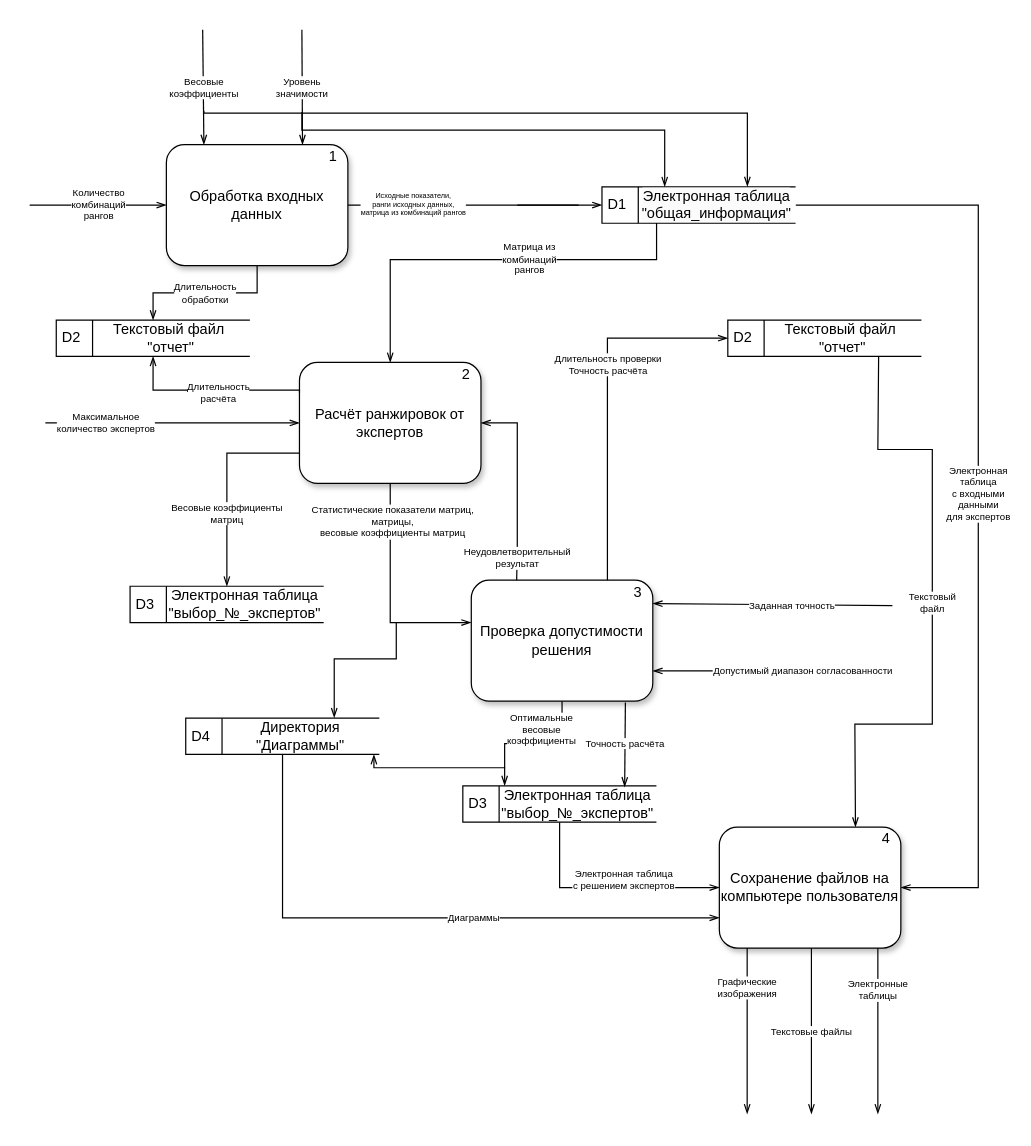
Before: page "Уровень 1" (3 of 4) of draw_io/ddf prog.drawio in Dimj1k/Works, a draw.io diagram. Source tidied: cells renumbered, new cells numbered last; positions are measured from the earlier drawing's top-left corner, leaving out a move shared by most shapes. Both pictures are drawn from the tidied source at 121%, with x=0, y=0 at pixel (29, 29).
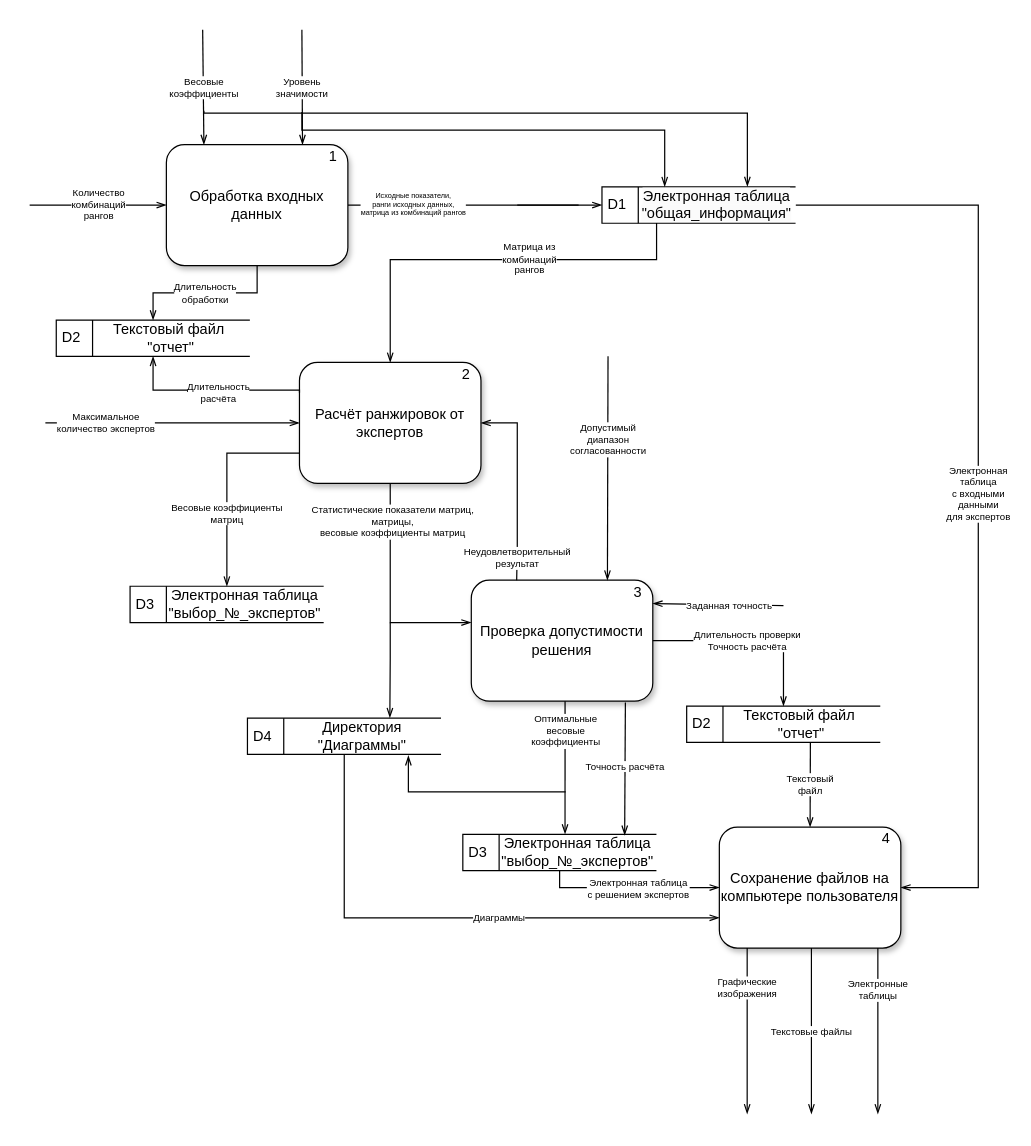
Above is the later version.

The change refers to these unchanged cells:
```xml
<mxCell id="20" value="Проверка допустимости решения" style="html=1;dashed=0;whiteSpace=wrap;border-radius=5px;rounded=1;shadow=1;perimeterSpacing=0;strokeWidth=1;fontSize=12;" parent="19" vertex="1">
  <mxGeometry y="5" width="150" height="100" as="geometry" />
</mxCell>
<mxCell id="39" value="Сохранение файлов на компьютере пользователя" style="html=1;dashed=0;whiteSpace=wrap;border-radius=5px;rounded=1;shadow=1;perimeterSpacing=0;strokeWidth=1;fontSize=12;" parent="38" vertex="1">
  <mxGeometry y="5" width="150" height="100" as="geometry" />
</mxCell>
```

Diff of the diagram source:
```diff
@@
-    <mxCell id="6" value="Текстовый&lt;br style=&quot;font-size: 8px;&quot;&gt;файл" style="rounded=0;jettySize=auto;html=1;endArrow=openThin;endFill=0;exitX=0.779;exitY=0.99;exitDx=0;exitDy=0;exitPerimeter=0;fontSize=8;entryX=0.75;entryY=0;entryDx=0;entryDy=0;" parent="1" edge="1" source="7" target="39">
-      <mxGeometry relative="1" as="geometry">
-        <Array as="points">
-          <mxPoint x="701" y="347" />
-          <mxPoint x="746" y="347" />
-          <mxPoint x="746" y="574" />
-          <mxPoint x="682" y="574" />
-        </Array>
-      </mxGeometry>
+    <mxCell id="6" value="Текстовый&lt;br style=&quot;font-size: 8px;&quot;&gt;файл" style="rounded=0;jettySize=auto;html=1;endArrow=openThin;endFill=0;exitX=0.639;exitY=1.016;exitDx=0;exitDy=0;exitPerimeter=0;fontSize=8;entryX=0.5;entryY=0;entryDx=0;entryDy=0;" parent="1" edge="1" source="7" target="39">
+      <mxGeometry relative="1" as="geometry" />
     </mxCell>
     <mxCell id="7" value="&lt;font style=&quot;font-size: 12px;&quot;&gt;D2&lt;/font&gt;" style="html=1;dashed=0;whiteSpace=wrap;shape=mxgraph.dfd.dataStoreID;align=left;spacingLeft=3;points=[[0,0],[0.5,0],[1,0],[0,0.5],[1,0.5],[0,1],[0.5,1],[1,1]];fontSize=8;" parent="1" vertex="1">
-      <mxGeometry x="577" y="240" width="160" height="30" as="geometry" />
+      <mxGeometry x="543" y="559" width="160" height="30" as="geometry" />
     </mxCell>
@@
     <mxCell id="9" value="Текстовый файл&amp;nbsp;&lt;br style=&quot;font-size: 12px;&quot;&gt;&quot;отчет&quot;" style="text;html=1;strokeColor=none;fillColor=none;align=center;verticalAlign=middle;whiteSpace=wrap;rounded=0;fontSize=12;" parent="1" vertex="1">
-      <mxGeometry x="607" y="250" width="130" height="10" as="geometry" />
+      <mxGeometry x="573" y="569" width="130" height="10" as="geometry" />
     </mxCell>
@@
     <mxCell id="23" value="Электронная таблица&lt;br style=&quot;font-size: 8px;&quot;&gt;с решением экспертов" style="edgeStyle=elbowEdgeStyle;rounded=0;jettySize=auto;html=1;entryX=0;entryY=0.5;entryDx=0;entryDy=0;endArrow=openThin;endFill=0;fontSize=8;elbow=vertical;" parent="1" edge="1" source="24" target="39">
-      <mxGeometry x="0.15" y="6" relative="1" as="geometry">
+      <mxGeometry x="0.08" y="-1" relative="1" as="geometry">
         <Array as="points">
           <mxPoint x="438" y="709" />
         </Array>
       </mxGeometry>
     </mxCell>
     <mxCell id="24" value="&lt;font style=&quot;font-size: 12px;&quot;&gt;D3&lt;/font&gt;" style="html=1;dashed=0;whiteSpace=wrap;shape=mxgraph.dfd.dataStoreID;align=left;spacingLeft=3;points=[[0,0],[0.5,0],[1,0],[0,0.5],[1,0.5],[0,1],[0.5,1],[1,1]];fontSize=8;" parent="1" vertex="1">
-      <mxGeometry x="358" y="625" width="160" height="30" as="geometry" />
+      <mxGeometry x="358" y="665" width="160" height="30" as="geometry" />
     </mxCell>
     <mxCell id="25" value="Электронная таблица&lt;br style=&quot;font-size: 12px;&quot;&gt;&quot;выбор_№_экспертов&quot;" style="text;html=1;strokeColor=none;fillColor=none;align=center;verticalAlign=middle;whiteSpace=wrap;rounded=0;fontSize=12;" parent="1" vertex="1">
-      <mxGeometry x="388" y="635" width="130" height="10" as="geometry" />
+      <mxGeometry x="388" y="675" width="130" height="10" as="geometry" />
     </mxCell>
@@
-    <mxCell id="29" value="&lt;font style=&quot;font-size: 8px;&quot;&gt;Оптимальные&lt;br style=&quot;font-size: 8px;&quot;&gt;весовые&lt;br style=&quot;font-size: 8px;&quot;&gt;коэффициенты&lt;/font&gt;" style="edgeStyle=elbowEdgeStyle;jettySize=auto;html=1;exitX=0.5;exitY=1;exitDx=0;exitDy=0;entryX=0.216;entryY=-0.009;entryDx=0;entryDy=0;entryPerimeter=0;endArrow=openThin;endFill=0;fontSize=8;elbow=vertical;rounded=0;" parent="1" edge="1" source="20" target="24">
-      <mxGeometry x="-0.12" y="-11" relative="1" as="geometry" />
+    <mxCell id="29" value="&lt;font style=&quot;font-size: 8px;&quot;&gt;Оптимальные&lt;br style=&quot;font-size: 8px;&quot;&gt;весовые&lt;br style=&quot;font-size: 8px;&quot;&gt;коэффициенты&lt;/font&gt;" style="jettySize=auto;html=1;exitX=0.5;exitY=1;exitDx=0;exitDy=0;entryX=0.528;entryY=-0.007;entryDx=0;entryDy=0;endArrow=openThin;endFill=0;fontSize=8;elbow=vertical;rounded=0;entryPerimeter=0;" parent="1" edge="1" target="24">
+      <mxGeometry x="-0.54" y="1" relative="1" as="geometry">
+        <mxPoint x="442.5" y="555" as="sourcePoint" />
+      </mxGeometry>
     </mxCell>
@@
     <mxCell id="31" value="&lt;font style=&quot;font-size: 12px;&quot;&gt;D4&lt;/font&gt;" style="html=1;dashed=0;whiteSpace=wrap;shape=mxgraph.dfd.dataStoreID;align=left;spacingLeft=3;points=[[0,0],[0.5,0],[1,0],[0,0.5],[1,0.5],[0,1],[0.5,1],[1,1]];fontSize=8;" parent="1" vertex="1">
-      <mxGeometry x="129" y="569" width="160" height="30" as="geometry" />
+      <mxGeometry x="180" y="569" width="160" height="30" as="geometry" />
     </mxCell>
     <mxCell id="32" value="Директория&lt;br style=&quot;font-size: 12px;&quot;&gt;&quot;Диаграммы&quot;" style="text;html=1;strokeColor=none;fillColor=none;align=center;verticalAlign=middle;whiteSpace=wrap;rounded=0;fontSize=12;" parent="1" vertex="1">
-      <mxGeometry x="159" y="579" width="130" height="10" as="geometry" />
+      <mxGeometry x="210" y="579" width="130" height="10" as="geometry" />
     </mxCell>
-    <mxCell id="33" style="endArrow=openThin;html=1;rounded=0;endFill=0;entryX=0.767;entryY=-0.01;entryDx=0;entryDy=0;entryPerimeter=0;fontSize=8;edgeStyle=elbowEdgeStyle;elbow=vertical;" parent="1" edge="1" target="31">
+    <mxCell id="33" style="endArrow=openThin;html=1;rounded=0;endFill=0;entryX=0.767;entryY=-0.01;entryDx=0;entryDy=0;entryPerimeter=0;fontSize=8;edgeStyle=elbowEdgeStyle;elbow=vertical;" parent="1" edge="1">
       <mxGeometry relative="1" as="geometry">
-        <mxPoint x="303" y="490" as="sourcePoint" />
+        <mxPoint x="298" y="490" as="sourcePoint" />
+        <mxPoint x="297.7" y="568.7" as="targetPoint" />
         <Array as="points">
-          <mxPoint x="313" y="520" />
+          <mxPoint x="308" y="520" />
         </Array>
       </mxGeometry>
     </mxCell>
-    <mxCell id="34" style="edgeStyle=elbowEdgeStyle;jettySize=auto;html=1;endArrow=openThin;endFill=0;fontSize=8;entryX=0.972;entryY=1.002;entryDx=0;entryDy=0;entryPerimeter=0;elbow=vertical;rounded=0;" parent="1" edge="1" target="31">
+    <mxCell id="34" style="edgeStyle=elbowEdgeStyle;orthogonalLoop=1;jettySize=auto;html=1;endArrow=openThin;endFill=0;fontSize=8;elbow=vertical;rounded=0;" parent="1" edge="1">
       <mxGeometry relative="1" as="geometry">
-        <mxPoint x="393" y="610" as="sourcePoint" />
+        <mxPoint x="443" y="630" as="sourcePoint" />
+        <mxPoint x="313" y="600" as="targetPoint" />
         <Array as="points">
-          <mxPoint x="333" y="610" />
+          <mxPoint x="313" y="630" />
         </Array>
       </mxGeometry>
     </mxCell>
-    <mxCell id="35" value="Допустимый диапазон согласованности" style="rounded=1;jettySize=auto;html=1;entryX=1;entryY=0.75;entryDx=0;entryDy=0;endArrow=openThin;endFill=0;fontSize=8;" parent="1" edge="1" target="20">
+    <mxCell id="35" value="Допустимый&lt;br&gt;диапазон&lt;br&gt;согласованности" style="rounded=1;jettySize=auto;html=1;entryX=0.75;entryY=0;entryDx=0;entryDy=0;endArrow=openThin;endFill=0;fontSize=8;" parent="1" edge="1" target="20">
       <mxGeometry x="-0.25" relative="1" as="geometry">
-        <mxPoint x="713" y="530" as="sourcePoint" />
+        <mxPoint x="478" y="270" as="sourcePoint" />
       </mxGeometry>
     </mxCell>
     <mxCell id="36" value="Заданная точность" style="rounded=1;orthogonalLoop=1;jettySize=auto;html=1;entryX=1;entryY=0.633;entryDx=0;entryDy=0;endArrow=openThin;endFill=0;entryPerimeter=0;fontSize=8;" parent="1" edge="1">
       <mxGeometry x="-0.16" y="1" relative="1" as="geometry">
-        <mxPoint x="713" y="476" as="sourcePoint" />
+        <mxPoint x="623" y="476" as="sourcePoint" />
         <mxPoint x="515" y="474.3" as="targetPoint" />
       </mxGeometry>
     </mxCell>
@@
-    <mxCell id="50" value="Длительность проверки&lt;br style=&quot;font-size: 8px;&quot;&gt;Точность расчёта&lt;br style=&quot;font-size: 8px;&quot;&gt;" style="rounded=0;jettySize=auto;html=1;endArrow=openThin;endFill=0;fontSize=8;entryX=0;entryY=0.5;entryDx=0;entryDy=0;edgeStyle=elbowEdgeStyle;elbow=vertical;exitX=0.75;exitY=0;exitDx=0;exitDy=0;" parent="1" edge="1" source="20" target="7">
-      <mxGeometry x="0.19" relative="1" as="geometry">
+    <mxCell id="50" value="Длительность проверки&lt;br style=&quot;font-size: 8px;&quot;&gt;Точность расчёта&lt;br style=&quot;font-size: 8px;&quot;&gt;" style="rounded=0;jettySize=auto;html=1;endArrow=openThin;endFill=0;fontSize=8;entryX=0.5;entryY=0;entryDx=0;entryDy=0;edgeStyle=elbowEdgeStyle;elbow=vertical;exitX=1;exitY=0.5;exitDx=0;exitDy=0;" parent="1" edge="1" source="20" target="7">
+      <mxGeometry x="-0.04" relative="1" as="geometry">
         <Array as="points">
-          <mxPoint x="433" y="255" />
+          <mxPoint x="573" y="505" />
         </Array>
       </mxGeometry>
     </mxCell>
```
